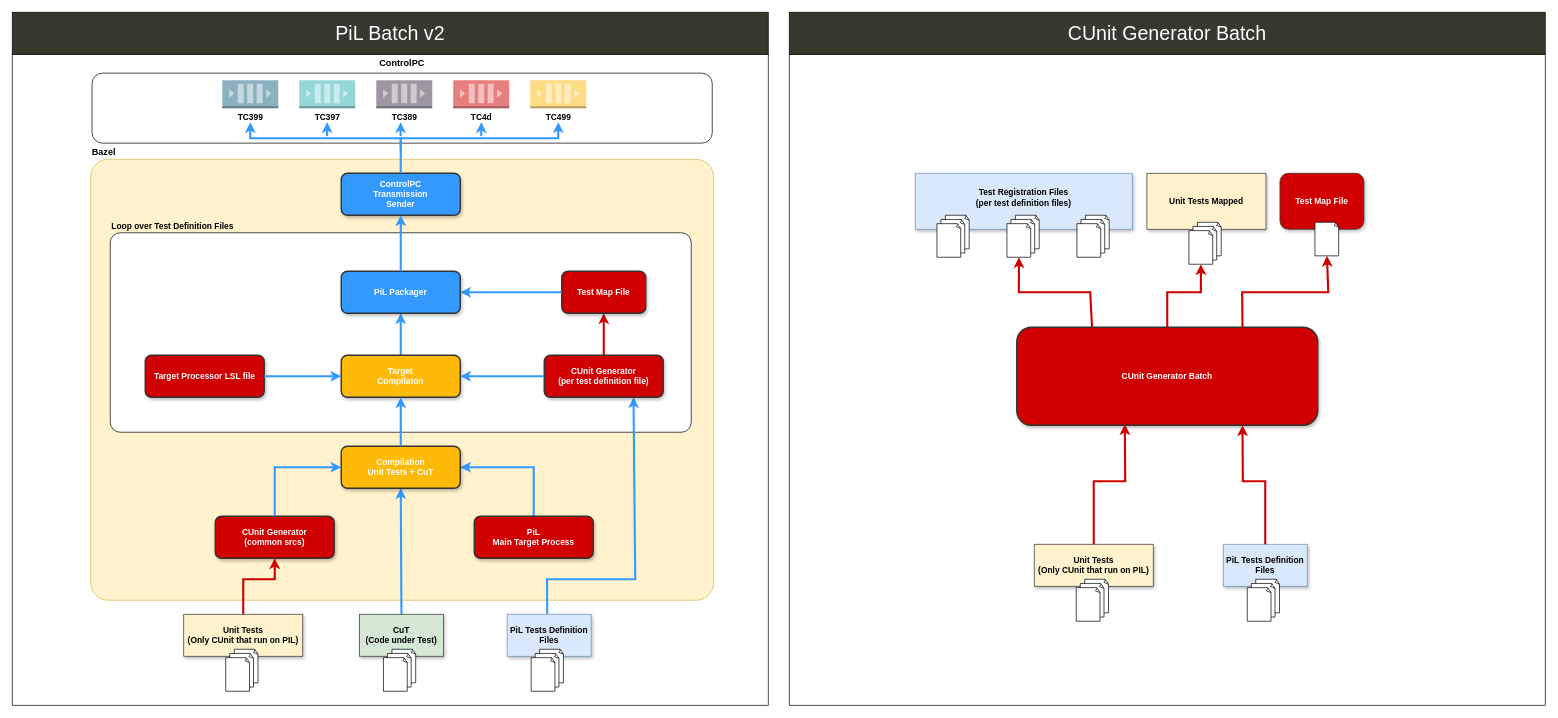
joaoaccardoso/diagrams-tests keeps this draw.io diagram as Untitled Diagram.drawio. Above is the earlier version. Source tidied: cells renumbered, new cells numbered last; positions are measured from the earlier drawing's top-left corner, leaving out a move shared by most shapes. Both pictures are drawn from the tidied source at 70%, with x=0, y=0 at pixel (12, 12).
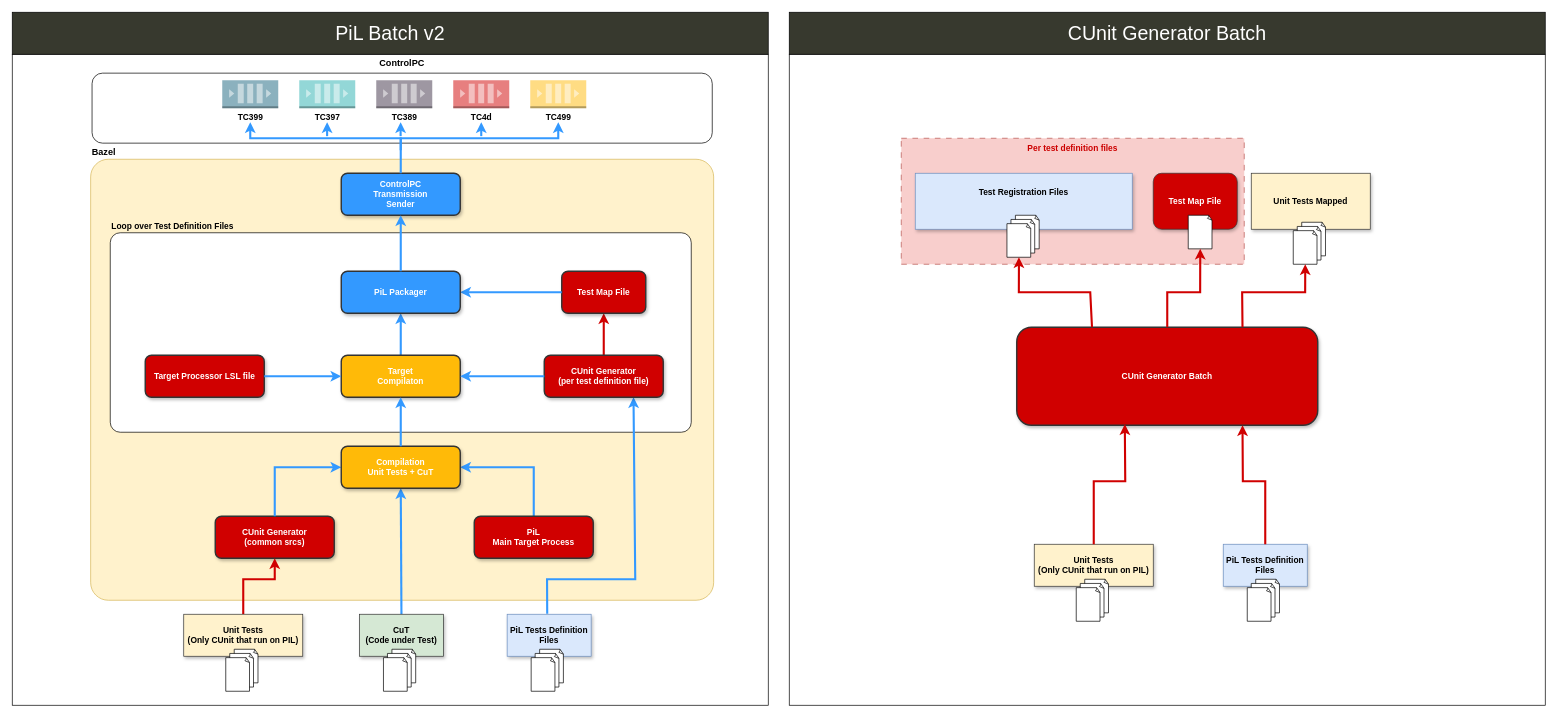
The same page after the edit.

The change refers to these unchanged cells:
```xml
<mxCell id="57" value="CUnit Generator Batch" style="rounded=1;whiteSpace=wrap;html=1;fillColor=#D00000;fontColor=#ffffff;strokeColor=#333333;glass=0;strokeWidth=2;shadow=1;fontStyle=1;" parent="1" vertex="1">
  <mxGeometry x="1435" y="450" width="430" height="140" as="geometry" />
</mxCell>
<mxCell id="90" style="whiteSpace=wrap;html=1;shape=mxgraph.basic.document;" parent="87" vertex="1">
  <mxGeometry y="12" width="34.3" height="48" as="geometry" />
</mxCell>
```

Change to the diagram source:
```diff
@@
+    <mxCell id="97" value="&lt;span style=&quot;font-weight: 700;&quot;&gt;Pe&lt;/span&gt;&lt;span style=&quot;font-weight: 700; background-color: transparent; color: light-dark(rgb(204, 0, 0), rgb(255, 163, 163));&quot;&gt;r test definition files&lt;/span&gt;" style="rounded=0;whiteSpace=wrap;html=1;dashed=1;dashPattern=8 8;fillColor=#f8cecc;strokeColor=#b85450;verticalAlign=top;fontColor=#CC0000;" parent="1" vertex="1">
+      <mxGeometry x="1270" y="180" width="490" height="180" as="geometry" />
+    </mxCell>
@@
-    <mxCell id="72" value="&lt;div&gt;&lt;br&gt;&lt;/div&gt;&lt;div&gt;Test Registration Files&lt;/div&gt;&lt;div&gt;(per test definition files)&lt;/div&gt;&lt;div&gt;&lt;br&gt;&lt;/div&gt;" style="rounded=0;whiteSpace=wrap;html=1;fillColor=#dae8fc;strokeColor=#6c8ebf;fontStyle=1;verticalAlign=top;shadow=1;" parent="1" vertex="1">
+    <mxCell id="72" value="&lt;div&gt;&lt;br&gt;&lt;/div&gt;&lt;div&gt;Test Registration Files&lt;/div&gt;" style="rounded=0;whiteSpace=wrap;html=1;fillColor=#dae8fc;strokeColor=#6c8ebf;fontStyle=1;verticalAlign=top;shadow=1;" parent="1" vertex="1">
       <mxGeometry x="1290" y="230" width="310" height="80" as="geometry" />
     </mxCell>
-    <mxCell id="73" style="group;rotation=90;" parent="1" vertex="1">
-      <mxGeometry x="1321" y="290" width="51.4" height="60" as="geometry" />
-    </mxCell>
-    <mxCell id="74" style="whiteSpace=wrap;html=1;shape=mxgraph.basic.document;" parent="73" vertex="1">
-      <mxGeometry x="12.1" width="34.3" height="48" as="geometry" />
-    </mxCell>
-    <mxCell id="75" style="whiteSpace=wrap;html=1;shape=mxgraph.basic.document;" parent="73" vertex="1">
-      <mxGeometry x="5.7" y="6" width="34.3" height="48" as="geometry" />
-    </mxCell>
-    <mxCell id="76" style="whiteSpace=wrap;html=1;shape=mxgraph.basic.document;" parent="73" vertex="1">
-      <mxGeometry y="12" width="34.3" height="48" as="geometry" />
-    </mxCell>
@@
-    <mxCell id="81" style="group;rotation=90;" parent="1" vertex="1">
-      <mxGeometry x="1521" y="290" width="51.4" height="60" as="geometry" />
-    </mxCell>
-    <mxCell id="82" style="whiteSpace=wrap;html=1;shape=mxgraph.basic.document;" parent="81" vertex="1">
-      <mxGeometry x="12.1" width="34.3" height="48" as="geometry" />
-    </mxCell>
-    <mxCell id="83" style="whiteSpace=wrap;html=1;shape=mxgraph.basic.document;" parent="81" vertex="1">
-      <mxGeometry x="5.7" y="6" width="34.3" height="48" as="geometry" />
-    </mxCell>
-    <mxCell id="84" style="whiteSpace=wrap;html=1;shape=mxgraph.basic.document;" parent="81" vertex="1">
-      <mxGeometry y="12" width="34.3" height="48" as="geometry" />
-    </mxCell>
     <mxCell id="85" style="group;" parent="1" vertex="1">
-      <mxGeometry x="1621" y="250" width="170" height="110" as="geometry" />
+      <mxGeometry x="1770" y="250" width="170" height="110" as="geometry" />
     </mxCell>
@@
     <mxCell id="91" value="Test Map File" style="whiteSpace=wrap;html=1;rounded=1;shadow=1;glass=0;strokeColor=#333333;strokeWidth=1;align=center;verticalAlign=middle;fontFamily=Helvetica;fontSize=12;fontColor=#ffffff;fillColor=#D00000;fontStyle=1;" parent="1" vertex="1">
-      <mxGeometry x="1811" y="230" width="120" height="80" as="geometry" />
+      <mxGeometry x="1630" y="230" width="120" height="80" as="geometry" />
     </mxCell>
     <mxCell id="92" style="whiteSpace=wrap;html=1;shape=mxgraph.basic.document;" parent="1" vertex="1">
-      <mxGeometry x="1861" y="300" width="34.3" height="48" as="geometry" />
+      <mxGeometry x="1680" y="290" width="34.3" height="48" as="geometry" />
     </mxCell>
@@
-    <mxCell id="94" style="endArrow=classic;html=1;rounded=0;entryX=0.5;entryY=1;entryDx=0;entryDy=0;exitX=0.5;exitY=0;exitDx=0;exitDy=0;strokeWidth=3;strokeColor=#D00000;flowAnimation=1;entryPerimeter=0;" parent="1" edge="1" source="57" target="90">
+    <mxCell id="94" style="endArrow=classic;html=1;rounded=0;exitX=0.5;exitY=0;exitDx=0;exitDy=0;strokeWidth=3;strokeColor=#D00000;flowAnimation=1;entryX=0.5;entryY=1;entryDx=0;entryDy=0;entryPerimeter=0;" parent="1" edge="1" source="57" target="92">
       <mxGeometry relative="1" as="geometry">
         <Array as="points">
           <mxPoint x="1650" y="400" />
-          <mxPoint x="1698" y="400" />
+          <mxPoint x="1697" y="400" />
         </Array>
       </mxGeometry>
     </mxCell>
-    <mxCell id="95" style="endArrow=classic;html=1;rounded=0;entryX=0.5;entryY=1;entryDx=0;entryDy=0;exitX=0.75;exitY=0;exitDx=0;exitDy=0;strokeWidth=3;strokeColor=#D00000;flowAnimation=1;entryPerimeter=0;" parent="1" edge="1" source="57" target="92">
+    <mxCell id="95" style="endArrow=classic;html=1;rounded=0;entryX=0.5;entryY=1;entryDx=0;entryDy=0;exitX=0.75;exitY=0;exitDx=0;exitDy=0;strokeWidth=3;strokeColor=#D00000;flowAnimation=1;entryPerimeter=0;" parent="1" edge="1" source="57" target="90">
       <mxGeometry relative="1" as="geometry">
         <Array as="points">
           <mxPoint x="1757" y="400" />
-          <mxPoint x="1880" y="400" />
+          <mxPoint x="1847" y="400" />
         </Array>
       </mxGeometry>
     </mxCell>
```
